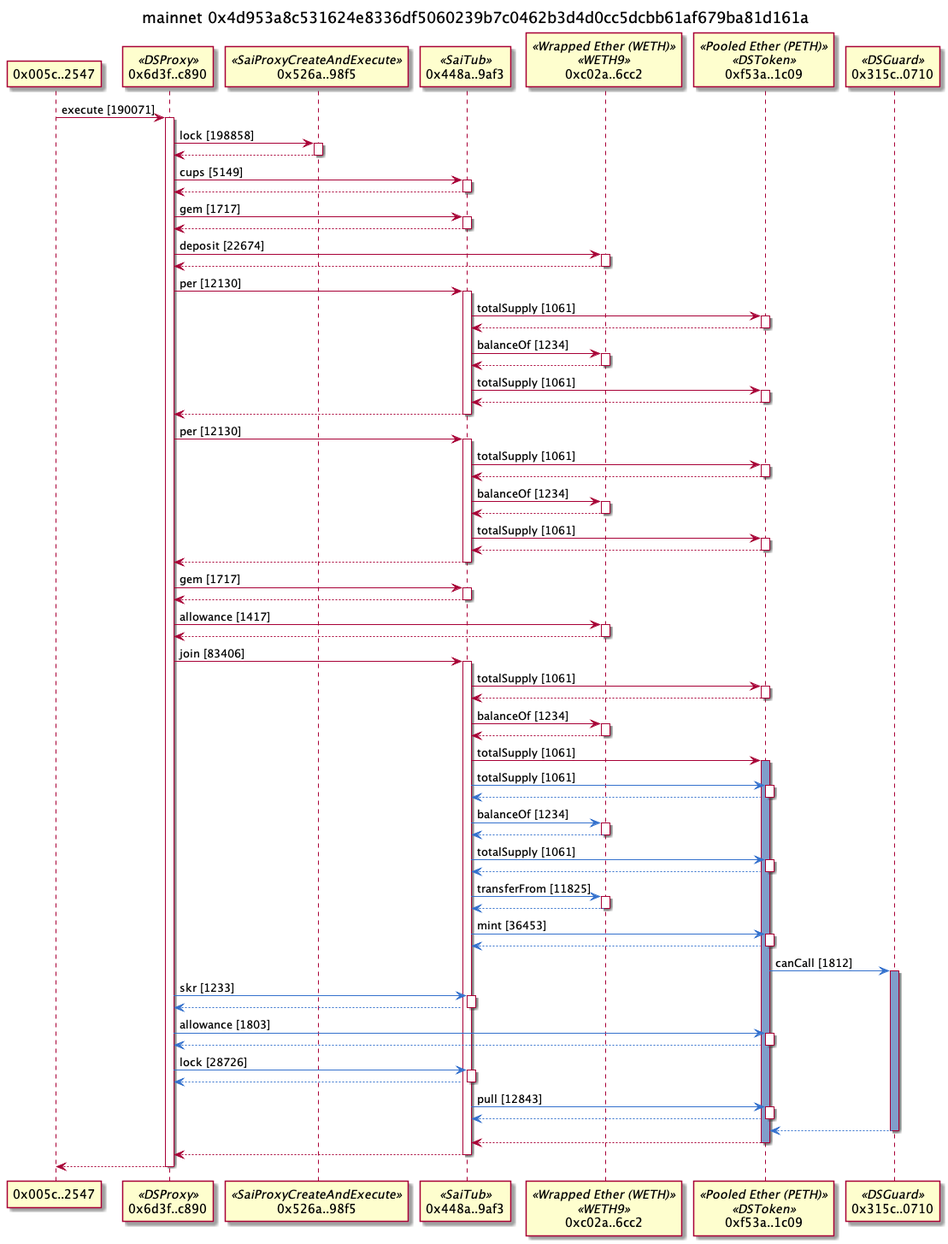
Earlier version of the PlantUML export examples/makerDao.png (naddison36/tx2uml).
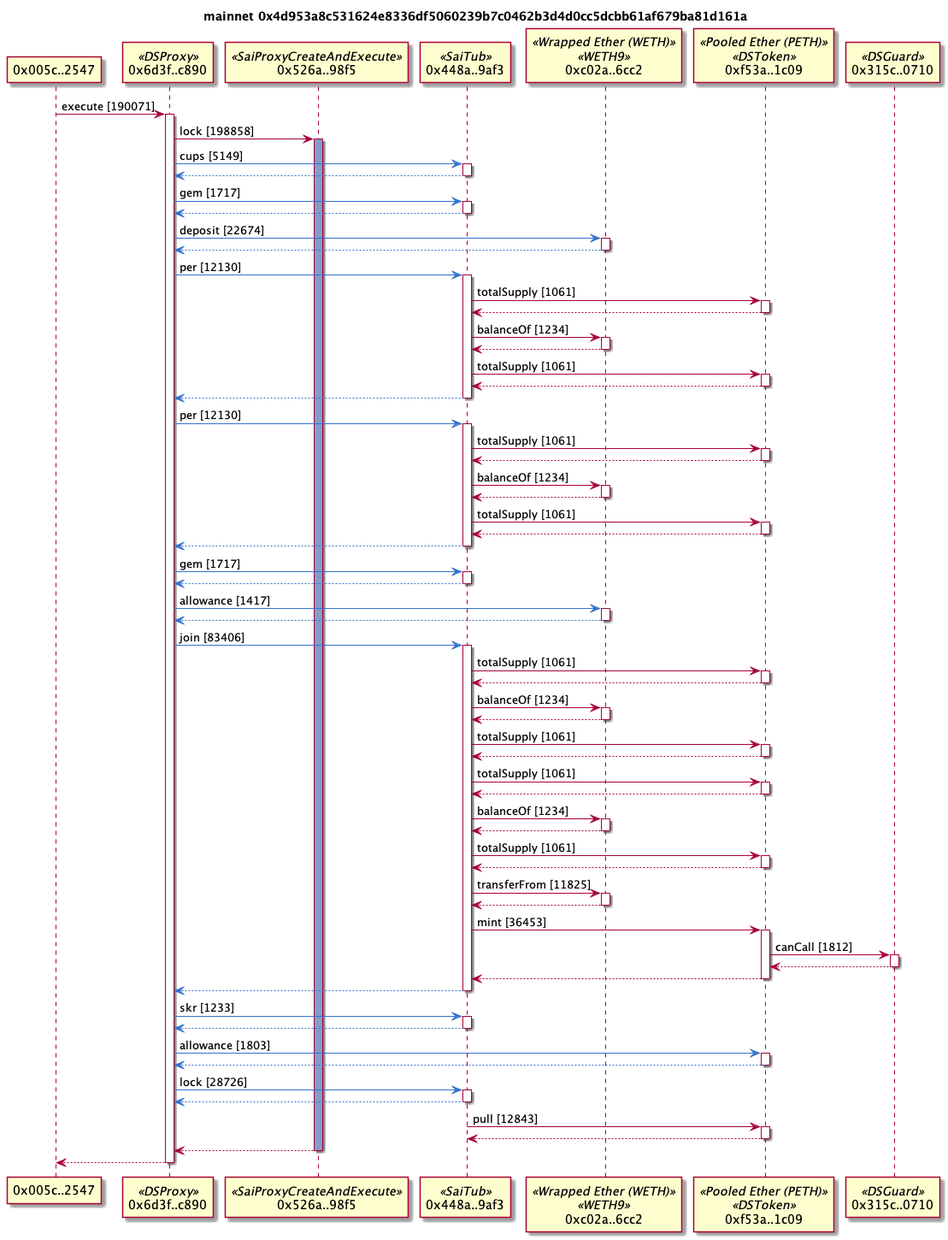
Later version of the same file.

Change to the diagram source:
```diff
@@ -11,18 +11,17 @@
 005c2547 -> 6d3fc890: execute [190071]
 activate 6d3fc890
 6d3fc890 -> 526a98f5: lock [198858]
-activate 526a98f5
-return
-6d3fc890 -> 448a9af3: cups [5149]
+activate 526a98f5 #809ECB
+6d3fc890 -[#3471CD]> 448a9af3: cups [5149]
 activate 448a9af3
 return
-6d3fc890 -> 448a9af3: gem [1717]
+6d3fc890 -[#3471CD]> 448a9af3: gem [1717]
 activate 448a9af3
 return
-6d3fc890 -> c02a6cc2: deposit [22674]
+6d3fc890 -[#3471CD]> c02a6cc2: deposit [22674]
 activate c02a6cc2
 return
-6d3fc890 -> 448a9af3: per [12130]
+6d3fc890 -[#3471CD]> 448a9af3: per [12130]
 activate 448a9af3
 448a9af3 -> f53a1c09: totalSupply [1061]
 activate f53a1c09
@@ -34,7 +33,7 @@
 activate f53a1c09
 return
 return
-6d3fc890 -> 448a9af3: per [12130]
+6d3fc890 -[#3471CD]> 448a9af3: per [12130]
 activate 448a9af3
 448a9af3 -> f53a1c09: totalSupply [1061]
 activate f53a1c09
@@ -46,13 +45,13 @@
 activate f53a1c09
 return
 return
-6d3fc890 -> 448a9af3: gem [1717]
+6d3fc890 -[#3471CD]> 448a9af3: gem [1717]
 activate 448a9af3
 return
-6d3fc890 -> c02a6cc2: allowance [1417]
+6d3fc890 -[#3471CD]> c02a6cc2: allowance [1417]
 activate c02a6cc2
 return
-6d3fc890 -> 448a9af3: join [83406]
+6d3fc890 -[#3471CD]> 448a9af3: join [83406]
 activate 448a9af3
 448a9af3 -> f53a1c09: totalSupply [1061]
 activate f53a1c09
@@ -61,24 +60,27 @@
 activate c02a6cc2
 return
 448a9af3 -> f53a1c09: totalSupply [1061]
-activate f53a1c09 #809ECB
-448a9af3 -[#3471CD]> f53a1c09: totalSupply [1061]
 activate f53a1c09
 return
-448a9af3 -[#3471CD]> c02a6cc2: balanceOf [1234]
+448a9af3 -> f53a1c09: totalSupply [1061]
+activate f53a1c09
+return
+448a9af3 -> c02a6cc2: balanceOf [1234]
 activate c02a6cc2
 return
-448a9af3 -[#3471CD]> f53a1c09: totalSupply [1061]
+448a9af3 -> f53a1c09: totalSupply [1061]
 activate f53a1c09
 return
-448a9af3 -[#3471CD]> c02a6cc2: transferFrom [11825]
+448a9af3 -> c02a6cc2: transferFrom [11825]
 activate c02a6cc2
 return
-448a9af3 -[#3471CD]> f53a1c09: mint [36453]
+448a9af3 -> f53a1c09: mint [36453]
 activate f53a1c09
+f53a1c09 -> 315c0710: canCall [1812]
+activate 315c0710
 return
-f53a1c09 -[#3471CD]> 315c0710: canCall [1812]
-activate 315c0710 #809ECB
+return
+return
 6d3fc890 -[#3471CD]> 448a9af3: skr [1233]
 activate 448a9af3
 return
@@ -88,10 +90,8 @@
 6d3fc890 -[#3471CD]> 448a9af3: lock [28726]
 activate 448a9af3
 return
-448a9af3 -[#3471CD]> f53a1c09: pull [12843]
+448a9af3 -> f53a1c09: pull [12843]
 activate f53a1c09
-return
-return
 return
 return
 return
```
